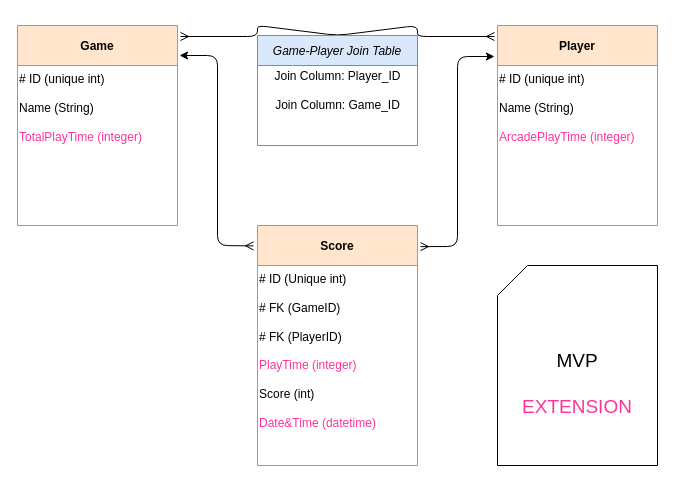
Before: Database Diagram.drawio in Dougmac21/Jade_Client, a draw.io diagram. Source tidied: cells renumbered, new cells numbered last; positions are measured from the earlier drawing's top-left corner, leaving out a move shared by most shapes. Both pictures are drawn from the tidied source at 100%, with x=0, y=0 at pixel (17, 25).
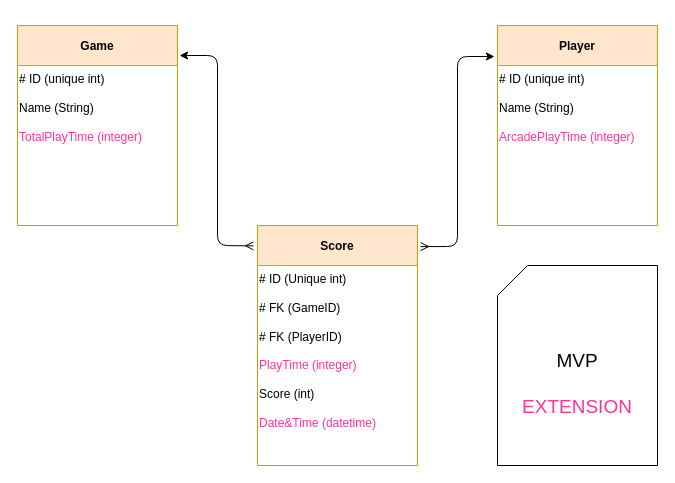
The same diagram, later.

Change to the diagram source:
```diff
@@
 <mxGraphModel>
   <root>
     <mxCell id="0" />
     <mxCell id="1" parent="0" />
     <mxCell id="2" value="Game" style="swimlane;fontStyle=1;align=center;verticalAlign=middle;horizontal=1;startSize=40;rounded=0;shadow=0;strokeWidth=1;fillColor=#ffe6cc;strokeColor=#d79b00;" parent="1" vertex="1">
       <mxGeometry width="160" height="200" as="geometry" />
     </mxCell>
-    <mxCell id="3" value="&lt;div&gt;# ID (unique int)&lt;br&gt;&lt;/div&gt;&lt;div&gt;&lt;br&gt;&lt;/div&gt;&lt;div&gt;Name (String)&lt;/div&gt;&lt;div&gt;&lt;br&gt;&lt;/div&gt;&lt;div&gt;&lt;font color=&quot;#FF3399&quot;&gt;TotalPlayTime (integer)&lt;/font&gt;&lt;br&gt;&lt;/div&gt;&lt;div&gt;&lt;br&gt;&lt;/div&gt;&lt;div&gt;&lt;br&gt;&lt;/div&gt;" style="text;html=1;strokeColor=none;fillColor=none;align=left;verticalAlign=top;whiteSpace=wrap;rounded=0;" parent="2" vertex="1">
+    <mxCell id="3" value="&lt;div&gt;# ID (unique int)&lt;br&gt;&lt;/div&gt;&lt;div&gt;&lt;br&gt;&lt;/div&gt;&lt;div&gt;Name (String)&lt;/div&gt;&lt;div&gt;&lt;br&gt;&lt;/div&gt;&lt;div&gt;&lt;font color=&quot;#FF3399&quot;&gt;TotalPlayTime (integer)&lt;/font&gt;&lt;/div&gt;&lt;div&gt;&lt;font color=&quot;#FF3399&quot;&gt;&lt;br&gt;&lt;/font&gt;&lt;/div&gt;&lt;div&gt;&lt;br&gt;&lt;/div&gt;&lt;div&gt;&lt;br&gt;&lt;/div&gt;&lt;div&gt;&lt;br&gt;&lt;/div&gt;" style="text;html=1;strokeColor=none;fillColor=none;align=left;verticalAlign=top;whiteSpace=wrap;rounded=0;" parent="2" vertex="1">
       <mxGeometry y="40" width="160" height="160" as="geometry" />
     </mxCell>
     <mxCell id="4" value="Score" style="swimlane;fontStyle=1;align=center;verticalAlign=middle;horizontal=1;startSize=40;rounded=0;shadow=0;strokeWidth=1;fillColor=#ffe6cc;strokeColor=#d79b00;" parent="1" vertex="1">
       <mxGeometry x="240" y="200" width="160" height="240" as="geometry" />
     </mxCell>
     <mxCell id="5" value="&lt;div&gt;# ID (Unique int)&lt;/div&gt;&lt;div&gt;&lt;br&gt;&lt;/div&gt;&lt;div&gt;# FK (GameID)&lt;br&gt;&lt;/div&gt;&lt;div&gt;&lt;br&gt;&lt;/div&gt;&lt;div&gt;# FK (PlayerID)&lt;/div&gt;&lt;div&gt;&lt;br&gt;&lt;/div&gt;&lt;div&gt;&lt;font color=&quot;#FF3399&quot;&gt;PlayTime (integer)&lt;/font&gt;&lt;br&gt;&lt;/div&gt;&lt;div&gt;&lt;br&gt;&lt;/div&gt;&lt;div&gt;Score (int)&lt;/div&gt;&lt;div&gt;&lt;br&gt;&lt;/div&gt;&lt;div&gt;&lt;font color=&quot;#FF3399&quot;&gt;Date&amp;amp;Time (datetime)&lt;/font&gt;&lt;br&gt;&lt;/div&gt;" style="text;html=1;strokeColor=none;fillColor=none;align=left;verticalAlign=top;whiteSpace=wrap;rounded=0;" parent="4" vertex="1">
       <mxGeometry y="40" width="160" height="200" as="geometry" />
     </mxCell>
     <mxCell id="6" value="Player" style="swimlane;fontStyle=1;align=center;verticalAlign=middle;horizontal=1;startSize=40;rounded=0;shadow=0;strokeWidth=1;fillColor=#ffe6cc;strokeColor=#d79b00;" parent="1" vertex="1">
       <mxGeometry x="480" width="160" height="200" as="geometry" />
     </mxCell>
     <mxCell id="7" value="&lt;div&gt;# ID (unique int)&lt;/div&gt;&lt;div&gt;&lt;br&gt;&lt;/div&gt;&lt;div&gt;Name (String)&lt;/div&gt;&lt;div&gt;&lt;br&gt;&lt;/div&gt;&lt;div&gt;&lt;font color=&quot;#FF3399&quot;&gt;ArcadePlayTime (integer)&lt;/font&gt;&lt;br&gt;&lt;/div&gt;" style="text;html=1;strokeColor=none;fillColor=none;align=left;verticalAlign=top;whiteSpace=wrap;rounded=0;" parent="6" vertex="1">
       <mxGeometry y="40" width="160" height="160" as="geometry" />
     </mxCell>
     <mxCell id="8" style="endArrow=ERmany;startArrow=classic;html=1;exitX=1.013;exitY=0.15;exitDx=0;exitDy=0;exitPerimeter=0;endFill=0;entryX=-0.025;entryY=0.085;entryDx=0;entryDy=0;entryPerimeter=0;" parent="1" edge="1" source="2" target="4">
       <mxGeometry relative="1" as="geometry">
         <Array as="points">
           <mxPoint x="200" y="30" />
           <mxPoint x="200" y="220" />
         </Array>
       </mxGeometry>
     </mxCell>
-    <mxCell id="9" style="endArrow=ERmany;startArrow=ERmany;html=1;exitX=1.019;exitY=0.055;exitDx=0;exitDy=0;exitPerimeter=0;entryX=-0.019;entryY=0.055;entryDx=0;entryDy=0;entryPerimeter=0;endFill=0;startFill=0;" parent="1" edge="1" source="2" target="6">
-      <mxGeometry relative="1" as="geometry">
-        <Array as="points">
-          <mxPoint x="240" y="11" />
-          <mxPoint x="240" />
-          <mxPoint x="320" y="10" />
-          <mxPoint x="400" />
-          <mxPoint x="400" y="11" />
-        </Array>
-      </mxGeometry>
-    </mxCell>
     <mxCell id="10" style="endArrow=ERmany;startArrow=classic;html=1;exitX=-0.019;exitY=0.155;exitDx=0;exitDy=0;exitPerimeter=0;endFill=0;entryX=1.019;entryY=0.088;entryDx=0;entryDy=0;entryPerimeter=0;" parent="1" edge="1" source="6" target="4">
       <mxGeometry relative="1" as="geometry">
         <Array as="points">
           <mxPoint x="440" y="31" />
           <mxPoint x="440" y="221" />
         </Array>
       </mxGeometry>
     </mxCell>
-    <mxCell id="11" value="Game-Player Join Table" style="swimlane;fontStyle=2;align=center;verticalAlign=middle;horizontal=1;startSize=30;rounded=0;shadow=0;strokeWidth=1;fillColor=#dae8fc;strokeColor=#6c8ebf;" parent="1" vertex="1">
-      <mxGeometry x="240" y="10" width="160" height="110" as="geometry" />
-    </mxCell>
-    <mxCell id="12" value="&lt;div&gt;Join Column: Player_ID&lt;/div&gt;&lt;div&gt;&lt;br&gt;&lt;/div&gt;&lt;div&gt;Join Column: Game_ID&lt;br&gt;&lt;/div&gt;" style="text;html=1;align=center;verticalAlign=middle;" parent="11" vertex="1">
-      <mxGeometry y="30" width="160" height="50" as="geometry" />
-    </mxCell>
     <mxCell id="13" value="&lt;div align=&quot;center&quot;&gt;&lt;br&gt;&lt;/div&gt;&lt;div style=&quot;font-size: 19px&quot; align=&quot;center&quot;&gt;&lt;font style=&quot;font-size: 19px&quot;&gt;&lt;br&gt;&lt;/font&gt;&lt;/div&gt;&lt;div style=&quot;font-size: 19px&quot; align=&quot;center&quot;&gt;&lt;font style=&quot;font-size: 19px&quot;&gt;MVP&lt;/font&gt;&lt;/div&gt;&lt;div style=&quot;font-size: 19px&quot; align=&quot;center&quot;&gt;&lt;font style=&quot;font-size: 19px&quot;&gt;&lt;br&gt;&lt;/font&gt;&lt;/div&gt;&lt;div style=&quot;font-size: 19px&quot; align=&quot;center&quot;&gt;&lt;font style=&quot;font-size: 19px&quot; color=&quot;#FF3399&quot;&gt;EXTENSION&lt;/font&gt;&lt;font style=&quot;font-size: 19px&quot;&gt;&lt;br&gt;&lt;/font&gt;&lt;/div&gt;" style="shape=card;whiteSpace=wrap;html=1;align=center;" parent="1" vertex="1">
       <mxGeometry x="480" y="240" width="160" height="200" as="geometry" />
     </mxCell>
   </root>
 </mxGraphModel>
```
